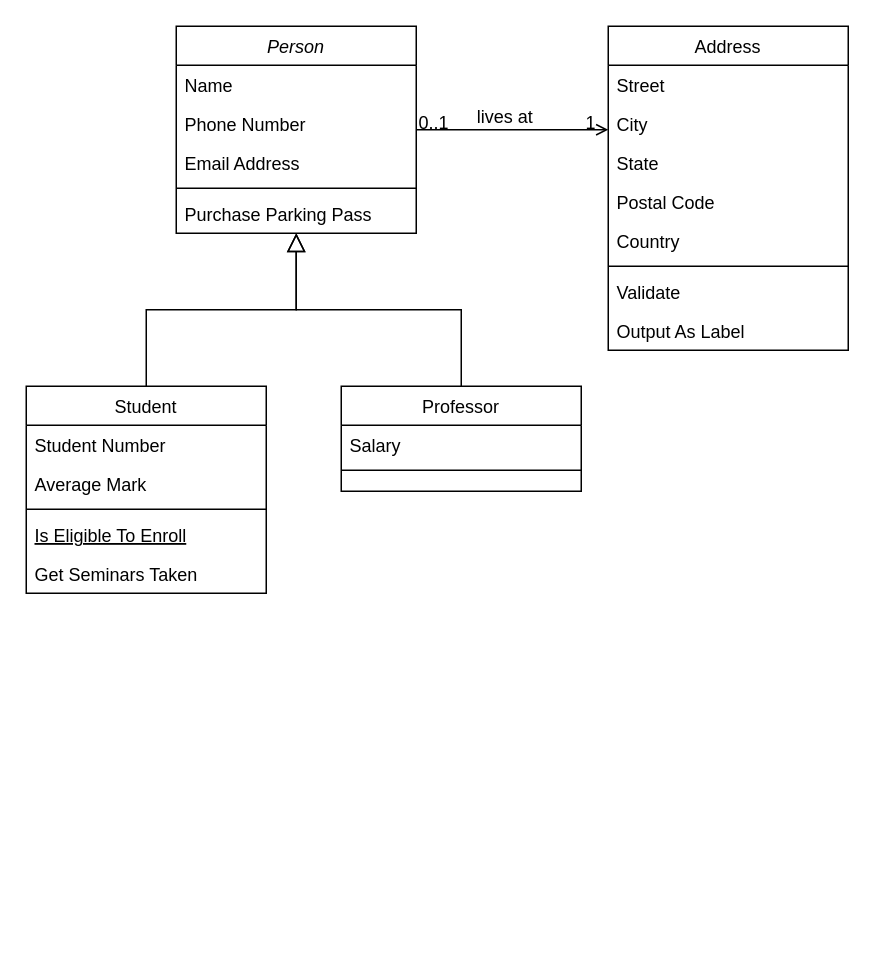
The draw.io diagram BEA/Diagramme sans nom.drawio in PaulCllch/BEA, before the edit. Source tidied: cells renumbered, new cells numbered last; positions are measured from the earlier drawing's top-left corner, leaving out a move shared by most shapes. Both pictures are drawn from the tidied source at 150%, with x=0, y=0 at pixel (26, 26).
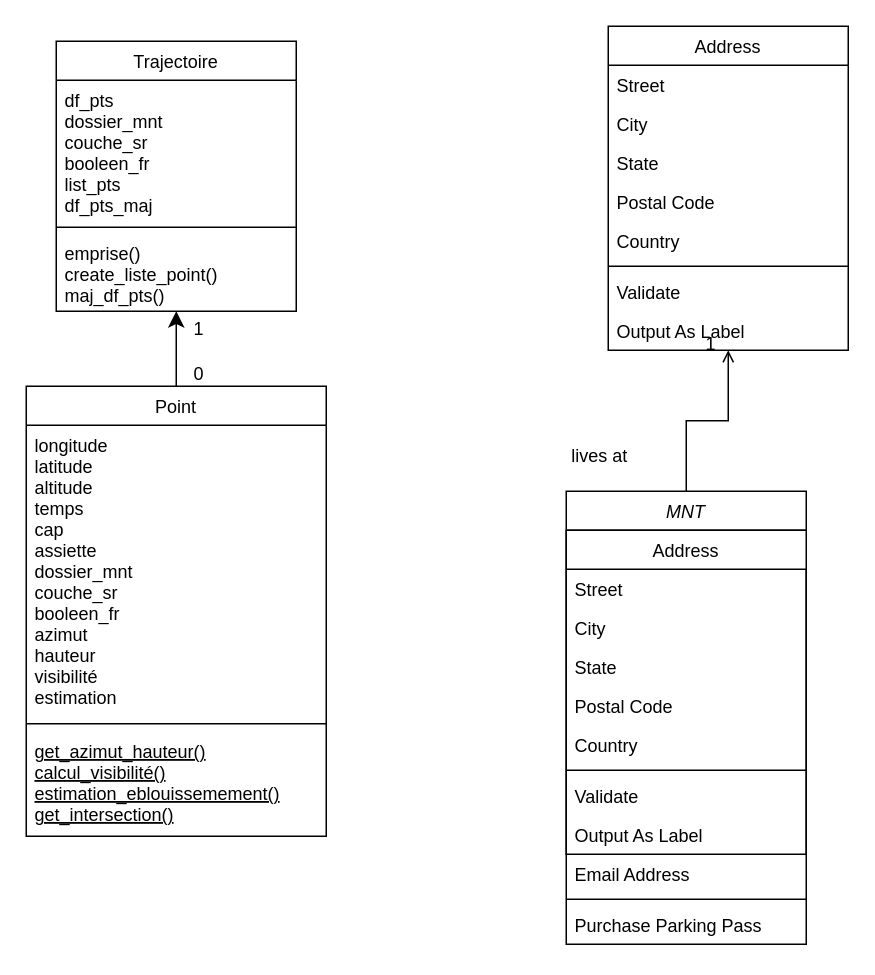
After the change.

Commit message (it also covers changes not shown here):
Mettre à jour Diagramme sans nom.drawio

Unchanged cells that the change refers to:
```xml
<mxCell id="28" style="endArrow=open;shadow=0;strokeWidth=1;rounded=0;curved=0;endFill=1;edgeStyle=elbowEdgeStyle;elbow=vertical;" parent="1" edge="1" source="2" target="19">
  <mxGeometry x="0.5" y="41" relative="1" as="geometry">
    <mxPoint x="-40" y="32" as="offset" />
  </mxGeometry>
</mxCell>
```

What changed in the source:
```diff
@@
-    <mxCell id="2" value="Person" style="swimlane;fontStyle=2;align=center;verticalAlign=top;horizontal=1;startSize=26;rounded=0;shadow=0;strokeWidth=1;" parent="1" vertex="1">
-      <mxGeometry x="100" width="160" height="138" as="geometry" />
+    <mxCell id="2" value="MNT" style="swimlane;fontStyle=2;align=center;verticalAlign=top;horizontal=1;startSize=26;rounded=0;shadow=0;strokeWidth=1;" parent="1" vertex="1">
+      <mxGeometry x="360" y="310" width="160" height="302" as="geometry" />
     </mxCell>
-    <mxCell id="3" value="Name" style="text;align=left;verticalAlign=top;spacingLeft=4;spacingRight=4;overflow=hidden;" parent="2" vertex="1">
-      <mxGeometry y="26" width="160" height="26" as="geometry" />
-    </mxCell>
-    <mxCell id="4" value="Phone Number" style="text;align=left;verticalAlign=top;spacingLeft=4;spacingRight=4;overflow=hidden;rounded=0;shadow=0;html=0;" parent="2" vertex="1">
-      <mxGeometry y="52" width="160" height="26" as="geometry" />
-    </mxCell>
+    <mxCell id="32" value="Address" style="swimlane;fontStyle=0;align=center;verticalAlign=top;horizontal=1;startSize=26;rounded=0;shadow=0;strokeWidth=1;" parent="2" vertex="1">
+      <mxGeometry y="26" width="160" height="216" as="geometry" />
+    </mxCell>
+    <mxCell id="33" value="Street" style="text;align=left;verticalAlign=top;spacingLeft=4;spacingRight=4;overflow=hidden;" parent="32" vertex="1">
+      <mxGeometry y="26" width="160" height="26" as="geometry" />
+    </mxCell>
+    <mxCell id="34" value="City" style="text;align=left;verticalAlign=top;spacingLeft=4;spacingRight=4;overflow=hidden;rounded=0;shadow=0;html=0;" parent="32" vertex="1">
+      <mxGeometry y="52" width="160" height="26" as="geometry" />
+    </mxCell>
+    <mxCell id="35" value="State" style="text;align=left;verticalAlign=top;spacingLeft=4;spacingRight=4;overflow=hidden;rounded=0;shadow=0;html=0;" parent="32" vertex="1">
+      <mxGeometry y="78" width="160" height="26" as="geometry" />
+    </mxCell>
+    <mxCell id="36" value="Postal Code" style="text;align=left;verticalAlign=top;spacingLeft=4;spacingRight=4;overflow=hidden;rounded=0;shadow=0;html=0;" parent="32" vertex="1">
+      <mxGeometry y="104" width="160" height="26" as="geometry" />
+    </mxCell>
+    <mxCell id="37" value="Country" style="text;align=left;verticalAlign=top;spacingLeft=4;spacingRight=4;overflow=hidden;rounded=0;shadow=0;html=0;" parent="32" vertex="1">
+      <mxGeometry y="130" width="160" height="26" as="geometry" />
+    </mxCell>
+    <mxCell id="38" style="line;html=1;strokeWidth=1;align=left;verticalAlign=middle;spacingTop=-1;spacingLeft=3;spacingRight=3;labelPosition=right;" parent="32" vertex="1">
+      <mxGeometry y="156" width="160" height="8" as="geometry" />
+    </mxCell>
+    <mxCell id="39" value="Validate" style="text;align=left;verticalAlign=top;spacingLeft=4;spacingRight=4;overflow=hidden;" parent="32" vertex="1">
+      <mxGeometry y="164" width="160" height="26" as="geometry" />
+    </mxCell>
+    <mxCell id="40" value="Output As Label" style="text;align=left;verticalAlign=top;spacingLeft=4;spacingRight=4;overflow=hidden;" parent="32" vertex="1">
+      <mxGeometry y="190" width="160" height="26" as="geometry" />
+    </mxCell>
     <mxCell id="5" value="Email Address" style="text;align=left;verticalAlign=top;spacingLeft=4;spacingRight=4;overflow=hidden;rounded=0;shadow=0;html=0;" parent="2" vertex="1">
-      <mxGeometry y="78" width="160" height="26" as="geometry" />
+      <mxGeometry y="242" width="160" height="26" as="geometry" />
     </mxCell>
     <mxCell id="6" style="line;html=1;strokeWidth=1;align=left;verticalAlign=middle;spacingTop=-1;spacingLeft=3;spacingRight=3;labelPosition=right;" parent="2" vertex="1">
-      <mxGeometry y="104" width="160" height="8" as="geometry" />
+      <mxGeometry y="268" width="160" height="8" as="geometry" />
     </mxCell>
     <mxCell id="7" value="Purchase Parking Pass" style="text;align=left;verticalAlign=top;spacingLeft=4;spacingRight=4;overflow=hidden;" parent="2" vertex="1">
-      <mxGeometry y="112" width="160" height="26" as="geometry" />
+      <mxGeometry y="276" width="160" height="26" as="geometry" />
     </mxCell>
+    <mxCell id="41" style="edgeStyle=none;curved=1;rounded=0;jettySize=auto;html=1;exitX=0.5;exitY=0;exitDx=0;exitDy=0;entryX=0.5;entryY=1;entryDx=0;entryDy=0;fontSize=12;startSize=8;endSize=8;" parent="1" edge="1" source="8" target="42">
+      <mxGeometry relative="1" as="geometry" />
+    </mxCell>
-    <mxCell id="8" value="Student" style="swimlane;fontStyle=0;align=center;verticalAlign=top;horizontal=1;startSize=26;rounded=0;shadow=0;strokeWidth=1;" parent="1" vertex="1">
-      <mxGeometry y="240" width="160" height="138" as="geometry" />
+    <mxCell id="8" value="Point" style="swimlane;fontStyle=0;align=center;verticalAlign=top;horizontal=1;startSize=26;rounded=0;shadow=0;strokeWidth=1;" parent="1" vertex="1">
+      <mxGeometry y="240" width="200" height="300" as="geometry" />
     </mxCell>
-    <mxCell id="9" value="Student Number" style="text;align=left;verticalAlign=top;spacingLeft=4;spacingRight=4;overflow=hidden;" parent="8" vertex="1">
-      <mxGeometry y="26" width="160" height="26" as="geometry" />
+    <mxCell id="9" value="longitude&#10;latitude&#10;altitude&#10;temps&#10;cap&#10;assiette&#10;dossier_mnt&#10;couche_sr&#10;booleen_fr&#10;azimut&#10;hauteur&#10;visibilité&#10;estimation&#10;" style="text;align=left;verticalAlign=top;spacingLeft=4;spacingRight=4;overflow=hidden;" parent="8" vertex="1">
+      <mxGeometry y="26" width="200" height="194" as="geometry" />
     </mxCell>
-    <mxCell id="10" value="Average Mark" style="text;align=left;verticalAlign=top;spacingLeft=4;spacingRight=4;overflow=hidden;rounded=0;shadow=0;html=0;" parent="8" vertex="1">
-      <mxGeometry y="52" width="160" height="26" as="geometry" />
-    </mxCell>
     <mxCell id="11" style="line;html=1;strokeWidth=1;align=left;verticalAlign=middle;spacingTop=-1;spacingLeft=3;spacingRight=3;labelPosition=right;" parent="8" vertex="1">
-      <mxGeometry y="78" width="160" height="8" as="geometry" />
+      <mxGeometry y="220" width="200" height="10" as="geometry" />
     </mxCell>
-    <mxCell id="12" value="Is Eligible To Enroll" style="text;align=left;verticalAlign=top;spacingLeft=4;spacingRight=4;overflow=hidden;fontStyle=4;" parent="8" vertex="1">
-      <mxGeometry y="86" width="160" height="26" as="geometry" />
+    <mxCell id="12" value="get_azimut_hauteur()&#10;calcul_visibilité()&#10;estimation_eblouissemement()&#10;get_intersection()&#10;" style="text;align=left;verticalAlign=top;spacingLeft=4;spacingRight=4;overflow=hidden;fontStyle=4;" parent="8" vertex="1">
+      <mxGeometry y="230" width="200" height="70" as="geometry" />
     </mxCell>
-    <mxCell id="13" value="Get Seminars Taken" style="text;align=left;verticalAlign=top;spacingLeft=4;spacingRight=4;overflow=hidden;" parent="8" vertex="1">
-      <mxGeometry y="112" width="160" height="26" as="geometry" />
-    </mxCell>
-    <mxCell id="14" style="endArrow=block;endSize=10;endFill=0;shadow=0;strokeWidth=1;rounded=0;curved=0;edgeStyle=elbowEdgeStyle;elbow=vertical;" parent="1" edge="1" source="8" target="2">
-      <mxGeometry relative="1" as="geometry" />
-    </mxCell>
-    <mxCell id="15" value="Professor" style="swimlane;fontStyle=0;align=center;verticalAlign=top;horizontal=1;startSize=26;rounded=0;shadow=0;strokeWidth=1;" parent="1" vertex="1">
-      <mxGeometry x="210" y="240" width="160" height="70" as="geometry" />
-    </mxCell>
-    <mxCell id="16" value="Salary" style="text;align=left;verticalAlign=top;spacingLeft=4;spacingRight=4;overflow=hidden;" parent="15" vertex="1">
-      <mxGeometry y="26" width="160" height="26" as="geometry" />
-    </mxCell>
-    <mxCell id="17" style="line;html=1;strokeWidth=1;align=left;verticalAlign=middle;spacingTop=-1;spacingLeft=3;spacingRight=3;labelPosition=right;" parent="15" vertex="1">
-      <mxGeometry y="52" width="160" height="8" as="geometry" />
-    </mxCell>
-    <mxCell id="18" style="endArrow=block;endSize=10;endFill=0;shadow=0;strokeWidth=1;rounded=0;curved=0;edgeStyle=elbowEdgeStyle;elbow=vertical;" parent="1" edge="1" source="15" target="2">
-      <mxGeometry relative="1" as="geometry" />
-    </mxCell>
@@
-    <mxCell id="29" value="0..1" style="align=left;verticalAlign=bottom;labelBackgroundColor=none;fontSize=12;" parent="28" vertex="1">
+    <mxCell id="29" value="1" style="align=left;verticalAlign=bottom;labelBackgroundColor=none;fontSize=12;" parent="28" vertex="1">
       <mxGeometry x="-1" relative="1" as="geometry">
-        <mxPoint y="4" as="offset" />
+        <mxPoint x="-330" y="-100" as="offset" />
       </mxGeometry>
     </mxCell>
@@
+    <mxCell id="42" value="Trajectoire" style="swimlane;fontStyle=0;align=center;verticalAlign=top;horizontal=1;startSize=26;rounded=0;shadow=0;strokeWidth=1;" parent="1" vertex="1">
+      <mxGeometry x="20" y="10" width="160" height="180" as="geometry" />
+    </mxCell>
+    <mxCell id="43" value="df_pts&#10;dossier_mnt&#10;couche_sr&#10;booleen_fr&#10;list_pts&#10;df_pts_maj&#10;" style="text;align=left;verticalAlign=top;spacingLeft=4;spacingRight=4;overflow=hidden;" parent="42" vertex="1">
+      <mxGeometry y="26" width="160" height="94" as="geometry" />
+    </mxCell>
+    <mxCell id="44" style="line;html=1;strokeWidth=1;align=left;verticalAlign=middle;spacingTop=-1;spacingLeft=3;spacingRight=3;labelPosition=right;" parent="42" vertex="1">
+      <mxGeometry y="120" width="160" height="8" as="geometry" />
+    </mxCell>
+    <mxCell id="45" value="emprise()&#10;create_liste_point()&#10;maj_df_pts()&#10;" style="text;align=left;verticalAlign=top;spacingLeft=4;spacingRight=4;overflow=hidden;" parent="42" vertex="1">
+      <mxGeometry y="128" width="160" height="52" as="geometry" />
+    </mxCell>
+    <mxCell id="46" value="0" style="align=left;verticalAlign=bottom;labelBackgroundColor=none;fontSize=12;" parent="1" vertex="1">
+      <mxGeometry x="110" y="240" as="geometry" />
+    </mxCell>
```
